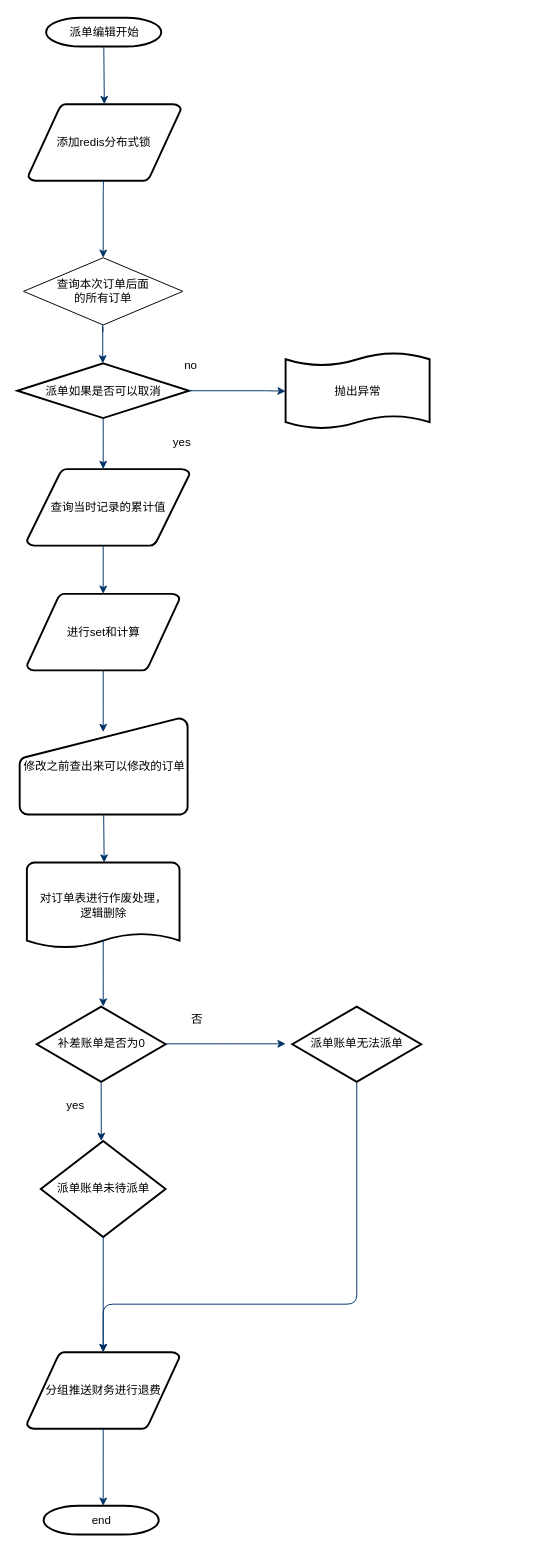
The draw.io diagram 未命名绘图.drawio in hz-jyq/draw, before the edit. Source tidied: cells renumbered, new cells numbered last; positions are measured from the earlier drawing's top-left corner, leaving out a move shared by most shapes. Both pictures are drawn from the tidied source at 96%, with x=0, y=0 at pixel (16, 17).
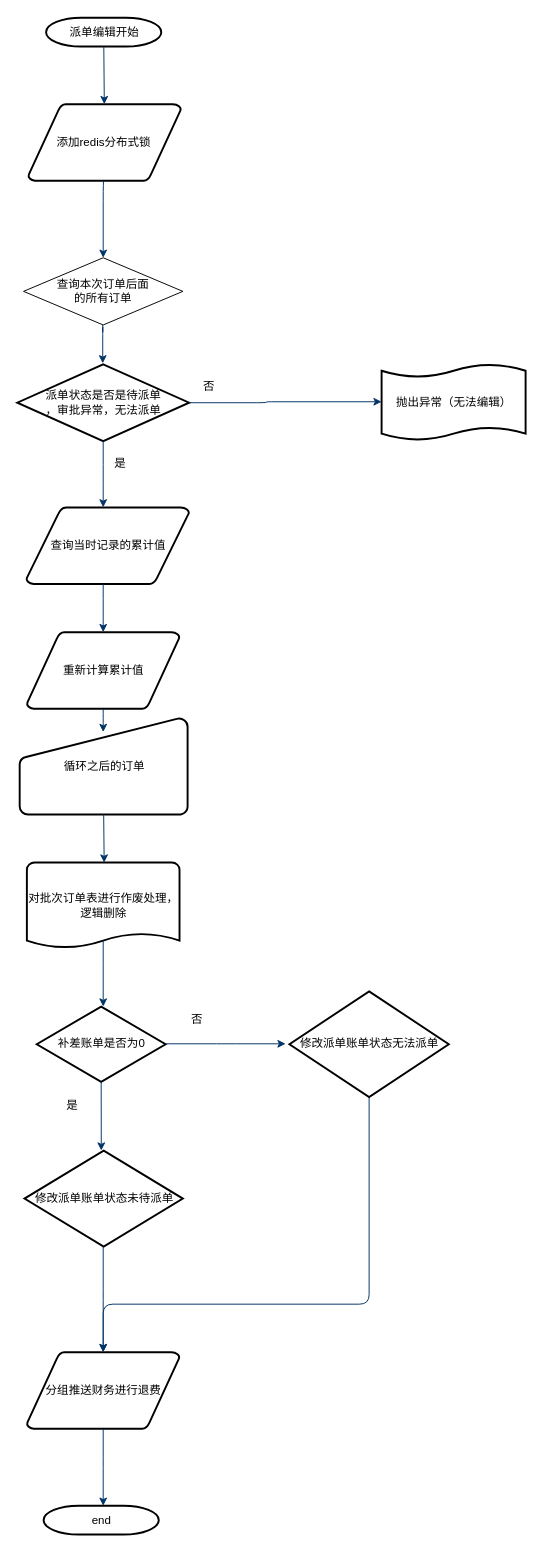
Above is the later version.

Commit message:
更新未命名绘图.drawio

Unchanged cells that the change refers to:
```xml
<mxCell id="24" value="分组推送财务进行退费" style="shape=mxgraph.flowchart.data;strokeWidth=2;gradientColor=none;gradientDirection=north;fontStyle=0;html=1;" parent="1" vertex="1">
  <mxGeometry x="10.5" y="1390" width="159" height="80" as="geometry" />
</mxCell>
```

The edit, as a diff of the source:
```diff
@@
     <mxCell id="4" value="查询当时记录的累计值" style="shape=mxgraph.flowchart.data;strokeWidth=2;gradientColor=none;gradientDirection=north;fontStyle=0;html=1;" parent="1" vertex="1">
-      <mxGeometry x="10.5" y="470" width="169.5" height="80" as="geometry" />
+      <mxGeometry x="10" y="510" width="169.5" height="80" as="geometry" />
     </mxCell>
-    <mxCell id="5" value="派单如果是否可以取消&lt;br&gt;" style="shape=mxgraph.flowchart.decision;strokeWidth=2;gradientColor=none;gradientDirection=north;fontStyle=0;html=1;" parent="1" vertex="1">
-      <mxGeometry x="0.5" y="360" width="179" height="57" as="geometry" />
+    <mxCell id="5" value="派单状态是否是待派单&lt;br&gt;，审批异常，无法派单" style="shape=mxgraph.flowchart.decision;strokeWidth=2;gradientColor=none;gradientDirection=north;fontStyle=0;html=1;" parent="1" vertex="1">
+      <mxGeometry x="0.5" y="361" width="179" height="80" as="geometry" />
     </mxCell>
@@
     <mxCell id="9" style="edgeStyle=elbowEdgeStyle;elbow=horizontal;exitX=1;exitY=0.5;exitPerimeter=0;fontStyle=1;strokeColor=#003366;strokeWidth=1;html=1;" parent="1" edge="1" source="5">
       <mxGeometry x="381" y="28.5" as="geometry">
-        <mxPoint x="280" y="389" as="targetPoint" />
+        <mxPoint x="380" y="400" as="targetPoint" />
         <Array as="points">
           <mxPoint x="260" y="480" />
           <mxPoint x="315" y="360" />
         </Array>
       </mxGeometry>
     </mxCell>
-    <mxCell id="10" value="yes" style="text;fontStyle=0;html=1;strokeColor=none;gradientColor=none;fillColor=none;strokeWidth=2;" parent="1" vertex="1">
-      <mxGeometry x="161" y="429" width="40" height="26" as="geometry" />
+    <mxCell id="10" value="是" style="text;fontStyle=0;html=1;strokeColor=none;gradientColor=none;fillColor=none;strokeWidth=2;" parent="1" vertex="1">
+      <mxGeometry x="100" y="450" width="40" height="26" as="geometry" />
     </mxCell>
@@
-    <mxCell id="12" value="进行set和计算" style="shape=mxgraph.flowchart.data;strokeWidth=2;gradientColor=none;gradientDirection=north;fontStyle=0;html=1;" parent="1" vertex="1">
-      <mxGeometry x="10.5" y="600" width="159" height="80" as="geometry" />
+    <mxCell id="12" value="重新计算累计值" style="shape=mxgraph.flowchart.data;strokeWidth=2;gradientColor=none;gradientDirection=north;fontStyle=0;html=1;" parent="1" vertex="1">
+      <mxGeometry x="10.5" y="640" width="159" height="80" as="geometry" />
     </mxCell>
-    <mxCell id="13" value="no" style="text;fontStyle=0;html=1;strokeColor=none;gradientColor=none;fillColor=none;strokeWidth=2;align=center;" parent="1" vertex="1">
-      <mxGeometry x="161" y="348" width="40" height="26" as="geometry" />
+    <mxCell id="13" value="否" style="text;fontStyle=0;html=1;strokeColor=none;gradientColor=none;fillColor=none;strokeWidth=2;align=center;" parent="1" vertex="1">
+      <mxGeometry x="179.5" y="370" width="40" height="26" as="geometry" />
     </mxCell>
@@
-    <mxCell id="15" value="修改之前查出来可以修改的订单" style="shape=mxgraph.flowchart.manual_input;strokeWidth=2;gradientColor=none;gradientDirection=north;fontStyle=0;html=1;" parent="1" vertex="1">
+    <mxCell id="15" value="循环之后的订单" style="shape=mxgraph.flowchart.manual_input;strokeWidth=2;gradientColor=none;gradientDirection=north;fontStyle=0;html=1;" parent="1" vertex="1">
       <mxGeometry x="3" y="730" width="175" height="100" as="geometry" />
     </mxCell>
@@
-    <mxCell id="17" value="对订单表进行作废处理，&lt;br&gt;逻辑删除" style="shape=mxgraph.flowchart.document;strokeWidth=2;gradientColor=none;gradientDirection=north;fontStyle=0;html=1;" parent="1" vertex="1">
+    <mxCell id="17" value="对批次订单表进行作废处理，&lt;br&gt;逻辑删除" style="shape=mxgraph.flowchart.document;strokeWidth=2;gradientColor=none;gradientDirection=north;fontStyle=0;html=1;" parent="1" vertex="1">
       <mxGeometry x="10.5" y="880" width="159" height="90" as="geometry" />
     </mxCell>
@@
-    <mxCell id="21" value="yes" style="text;fontStyle=0;html=1;strokeColor=none;gradientColor=none;fillColor=none;strokeWidth=2;" parent="1" vertex="1">
+    <mxCell id="21" value="是" style="text;fontStyle=0;html=1;strokeColor=none;gradientColor=none;fillColor=none;strokeWidth=2;" parent="1" vertex="1">
       <mxGeometry x="50" y="1118.5" width="40" height="26" as="geometry" />
     </mxCell>
-    <mxCell id="22" value="派单账单未待派单" style="shape=mxgraph.flowchart.decision;strokeWidth=2;gradientColor=none;gradientDirection=north;fontStyle=0;html=1;" parent="1" vertex="1">
-      <mxGeometry x="25" y="1170" width="130" height="100" as="geometry" />
+    <mxCell id="22" value="修改派单账单状态未待派单" style="shape=mxgraph.flowchart.decision;strokeWidth=2;gradientColor=none;gradientDirection=north;fontStyle=0;html=1;" parent="1" vertex="1">
+      <mxGeometry x="8" y="1180" width="165" height="100" as="geometry" />
     </mxCell>
@@
-    <mxCell id="25" style="edgeStyle=elbowEdgeStyle;elbow=vertical;exitX=0.5;exitY=1;exitPerimeter=0;fontColor=#001933;fontStyle=1;strokeColor=#003366;strokeWidth=1;html=1;" parent="1" edge="1" source="22" target="24">
-      <mxGeometry as="geometry" />
+    <mxCell id="25" style="edgeStyle=elbowEdgeStyle;elbow=vertical;fontColor=#001933;fontStyle=1;strokeColor=#003366;strokeWidth=1;html=1;" parent="1" edge="1" target="24">
+      <mxGeometry as="geometry">
+        <mxPoint x="90" y="1280" as="sourcePoint" />
+      </mxGeometry>
     </mxCell>
@@
-    <mxCell id="29" value="抛出异常" style="shape=mxgraph.flowchart.paper_tape;strokeWidth=2;gradientColor=none;gradientDirection=north;fontStyle=0;html=1;" parent="1" vertex="1">
-      <mxGeometry x="280" y="348" width="150" height="81" as="geometry" />
+    <mxCell id="29" value="抛出异常（无法编辑）" style="shape=mxgraph.flowchart.paper_tape;strokeWidth=2;gradientColor=none;gradientDirection=north;fontStyle=0;html=1;" parent="1" vertex="1">
+      <mxGeometry x="380" y="360" width="150" height="81" as="geometry" />
     </mxCell>
@@
-    <mxCell id="33" value="派单账单无法派单" style="shape=mxgraph.flowchart.decision;strokeWidth=2;gradientColor=none;gradientDirection=north;fontStyle=0;html=1;" parent="1" vertex="1">
-      <mxGeometry x="287" y="1030" width="134.2" height="78.5" as="geometry" />
+    <mxCell id="33" value="修改派单账单状态无法派单" style="shape=mxgraph.flowchart.decision;strokeWidth=2;gradientColor=none;gradientDirection=north;fontStyle=0;html=1;" parent="1" vertex="1">
+      <mxGeometry x="284" y="1014.2" width="166" height="110" as="geometry" />
     </mxCell>
```
